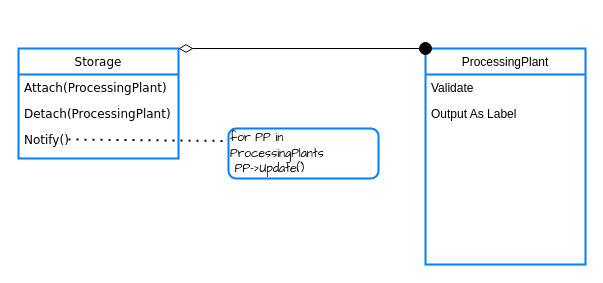
PtilopsisL/drawio keeps this draw.io diagram as SEhw1.drawio. Above is the earlier version. Source tidied: cells renumbered, new cells numbered last; positions are measured from the earlier drawing's top-left corner, leaving out a move shared by most shapes. Both pictures are drawn from the tidied source at 100%, with x=0, y=0 at pixel (18, 48).
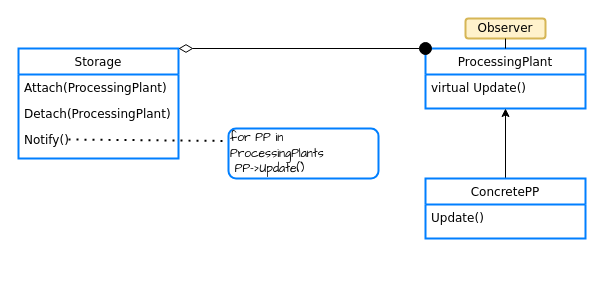
The same page after the edit.

Change to the diagram source:
```diff
@@
 <mxGraphModel>
   <root>
     <mxCell id="0" />
     <mxCell id="1" parent="0" />
     <mxCell id="2" value="Storage" style="swimlane;fontStyle=0;align=center;verticalAlign=top;horizontal=1;startSize=26;rounded=0;shadow=0;strokeWidth=2;strokeColor=#007FFF;fontFamily=Verdana;" parent="1" vertex="1">
       <mxGeometry width="160" height="110" as="geometry" />
     </mxCell>
     <mxCell id="3" value="Attach(ProcessingPlant)" style="text;align=left;verticalAlign=top;spacingLeft=4;spacingRight=4;overflow=hidden;fontFamily=Verdana;" parent="2" vertex="1">
       <mxGeometry y="26" width="160" height="26" as="geometry" />
     </mxCell>
     <mxCell id="4" value="Detach(ProcessingPlant)" style="text;align=left;verticalAlign=top;spacingLeft=4;spacingRight=4;overflow=hidden;rounded=0;shadow=0;html=0;fontFamily=Verdana;" parent="2" vertex="1">
       <mxGeometry y="52" width="160" height="26" as="geometry" />
     </mxCell>
     <mxCell id="5" value="Notify()" style="text;align=left;verticalAlign=top;spacingLeft=4;spacingRight=4;overflow=hidden;rounded=0;shadow=0;html=0;fontFamily=Verdana;" parent="2" vertex="1">
       <mxGeometry y="78" width="160" height="26" as="geometry" />
     </mxCell>
     <mxCell id="6" style="endArrow=none;dashed=1;html=1;dashPattern=1 3;strokeWidth=2;rounded=0;entryX=0;entryY=0.25;entryDx=0;entryDy=0;" parent="2" edge="1" target="10">
       <mxGeometry relative="1" as="geometry">
         <mxPoint x="50" y="91" as="sourcePoint" />
       </mxGeometry>
     </mxCell>
-    <mxCell id="7" value="ProcessingPlant" style="swimlane;fontStyle=0;align=center;verticalAlign=top;horizontal=1;startSize=26;rounded=0;shadow=0;strokeWidth=2;strokeColor=#007FFF;" parent="1" vertex="1">
-      <mxGeometry x="407" width="160" height="216" as="geometry" />
+    <mxCell id="7" value="ProcessingPlant" style="swimlane;fontStyle=0;align=center;verticalAlign=top;horizontal=1;startSize=26;rounded=0;shadow=0;strokeWidth=2;strokeColor=#007FFF;fontFamily=Verdana;" parent="1" vertex="1">
+      <mxGeometry x="407" width="160" height="60" as="geometry" />
     </mxCell>
-    <mxCell id="8" value="Validate" style="text;align=left;verticalAlign=top;spacingLeft=4;spacingRight=4;overflow=hidden;" parent="7" vertex="1">
-      <mxGeometry y="26" width="160" height="26" as="geometry" />
+    <mxCell id="8" value="virtual Update()" style="text;align=left;verticalAlign=top;spacingLeft=4;spacingRight=4;overflow=hidden;fontFamily=Verdana;" parent="7" vertex="1">
+      <mxGeometry y="26" width="160" height="34" as="geometry" />
     </mxCell>
-    <mxCell id="9" value="Output As Label" style="text;align=left;verticalAlign=top;spacingLeft=4;spacingRight=4;overflow=hidden;" parent="7" vertex="1">
-      <mxGeometry y="52" width="160" height="26" as="geometry" />
-    </mxCell>
     <mxCell id="10" value="&lt;font face=&quot;Comic Sans MS&quot;&gt;for PP in ProcessingPlants&lt;br&gt;&lt;span style=&quot;white-space: pre&quot;&gt; PP-&amp;gt;Update()&lt;/span&gt;&lt;/font&gt;" style="rounded=1;whiteSpace=wrap;html=1;align=left;strokeColor=#007FFF;strokeWidth=2;" parent="1" vertex="1">
       <mxGeometry x="210" y="80" width="150" height="50" as="geometry" />
     </mxCell>
     <mxCell id="11" style="endArrow=oval;startArrow=diamondThin;html=1;rounded=0;exitX=1;exitY=0;exitDx=0;exitDy=0;entryX=0;entryY=0;entryDx=0;entryDy=0;startFill=0;endFill=1;endSize=12;startSize=12;strokeWidth=1;" parent="1" edge="1" source="2" target="7">
       <mxGeometry relative="1" as="geometry" />
     </mxCell>
+    <mxCell id="12" value="Observer" style="rounded=1;whiteSpace=wrap;html=1;fontFamily=Verdana;fillColor=#fff2cc;strokeColor=#d6b656;strokeWidth=2;" parent="1" vertex="1">
+      <mxGeometry x="447" y="-30" width="80" height="20" as="geometry" />
+    </mxCell>
+    <mxCell id="13" style="endArrow=none;html=1;rounded=0;fontFamily=Verdana;entryX=0.5;entryY=1;entryDx=0;entryDy=0;exitX=0.5;exitY=0;exitDx=0;exitDy=0;" parent="1" edge="1" source="7" target="12">
+      <mxGeometry relative="1" as="geometry" />
+    </mxCell>
+    <mxCell id="14" style="endArrow=classic;html=1;rounded=0;fontFamily=Verdana;entryX=0.5;entryY=1;entryDx=0;entryDy=0;exitX=0.5;exitY=0;exitDx=0;exitDy=0;" parent="1" edge="1" source="15" target="7">
+      <mxGeometry relative="1" as="geometry" />
+    </mxCell>
+    <mxCell id="15" value="ConcretePP" style="swimlane;fontStyle=0;align=center;verticalAlign=top;horizontal=1;startSize=26;rounded=0;shadow=0;strokeWidth=2;strokeColor=#007FFF;fontFamily=Verdana;" parent="1" vertex="1">
+      <mxGeometry x="407" y="130" width="160" height="60" as="geometry" />
+    </mxCell>
+    <mxCell id="16" value="Update()" style="text;align=left;verticalAlign=top;spacingLeft=4;spacingRight=4;overflow=hidden;fontFamily=Verdana;" parent="15" vertex="1">
+      <mxGeometry y="26" width="160" height="34" as="geometry" />
+    </mxCell>
   </root>
 </mxGraphModel>
```
